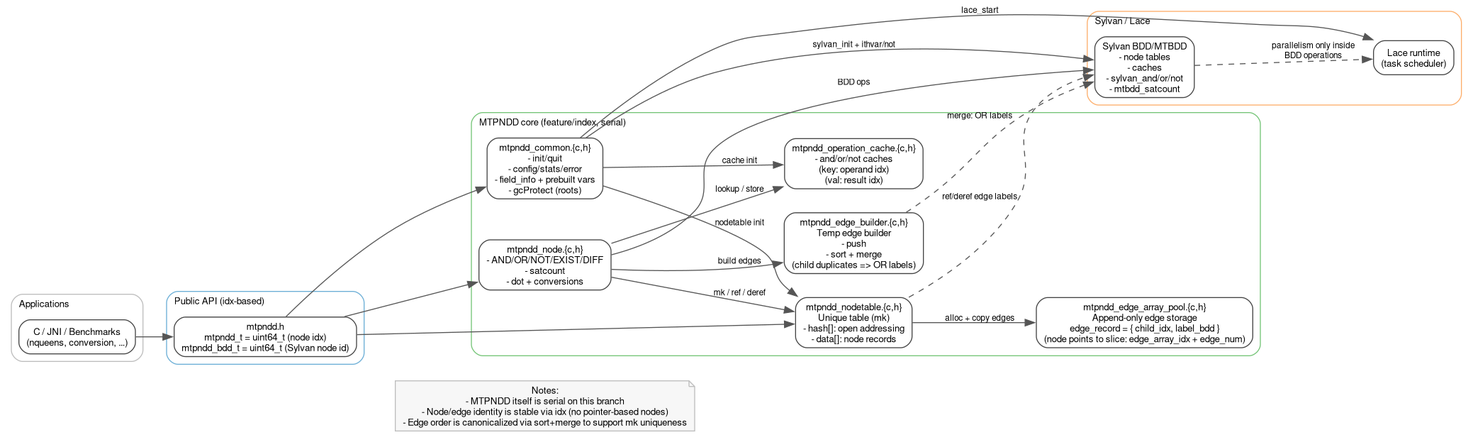
This is docs/mtpndd_architecture.png from Augists/MTPNDD, a Graphviz export, as it was before one commit. Its source is kept beside it as docs/mtpndd_architecture.dot.
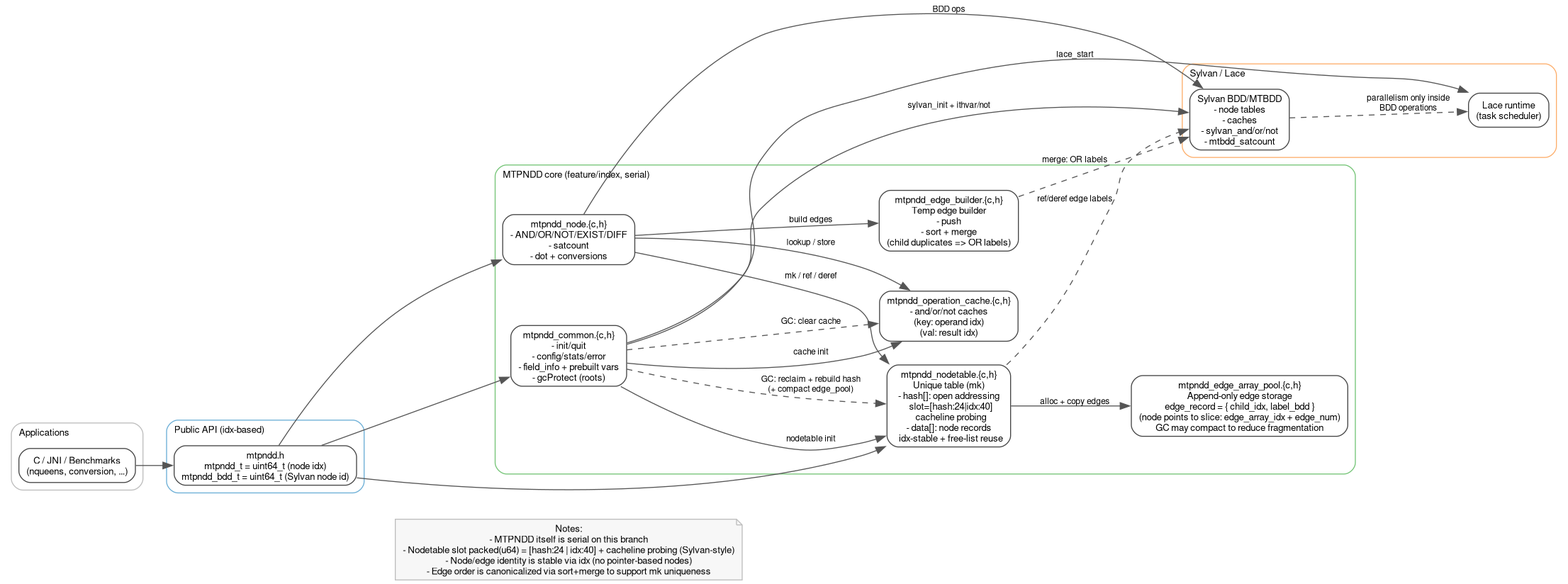
The same file after the commit.

The edit, as a diff of the source:
```diff
@@ -30,10 +30,10 @@
 
     common [label="mtpndd_common.{c,h}\n- init/quit\n- config/stats/error\n- field_info + prebuilt vars\n- gcProtect (roots)"];
     nodeops [label="mtpndd_node.{c,h}\n- AND/OR/NOT/EXIST/DIFF\n- satcount\n- dot + conversions"];
-    nodetable [label="mtpndd_nodetable.{c,h}\nUnique table (mk)\n- hash[]: open addressing\n- data[]: node records"];
+    nodetable [label="mtpndd_nodetable.{c,h}\nUnique table (mk)\n- hash[]: open addressing\n  slot=[hash:24|idx:40]\n  cacheline probing\n- data[]: node records\n  idx-stable + free-list reuse"];
     opcache [label="mtpndd_operation_cache.{c,h}\n- and/or/not caches\n(key: operand idx)\n(val: result idx)"];
     builder [label="mtpndd_edge_builder.{c,h}\nTemp edge builder\n- push\n- sort + merge\n(child duplicates => OR labels)"];
-    edgepool [label="mtpndd_edge_array_pool.{c,h}\nAppend-only edge storage\nedge_record = { child_idx, label_bdd }\n(node points to slice: edge_array_idx + edge_num)"];
+    edgepool [label="mtpndd_edge_array_pool.{c,h}\nAppend-only edge storage\nedge_record = { child_idx, label_bdd }\n(node points to slice: edge_array_idx + edge_num)\nGC may compact to reduce fragmentation"];
   }
 
   subgraph cluster_sylvan {
@@ -54,6 +54,8 @@
   common -> sylvan [label="sylvan_init + ithvar/not"];
   common -> nodetable [label="nodetable init"];
   common -> opcache [label="cache init"];
+  common -> opcache [style="dashed", label="GC: clear cache"];
+  common -> nodetable [style="dashed", label="GC: reclaim + rebuild hash\n(+ compact edge_pool)"];
 
   nodeops -> opcache   [label="lookup / store"];
   nodeops -> builder   [label="build edges"];
@@ -67,6 +69,6 @@
   sylvan -> lace [style="dashed", label="parallelism only inside\nBDD operations"];
 
   legend [shape=note, style="filled", fillcolor="#f7f7f7", color="#bdbdbd",
-          label="Notes:\n- MTPNDD itself is serial on this branch\n- Node/edge identity is stable via idx (no pointer-based nodes)\n- Edge order is canonicalized via sort+merge to support mk uniqueness"];
+          label="Notes:\n- MTPNDD itself is serial on this branch\n- Nodetable slot packed(u64) = [hash:24 | idx:40] + cacheline probing (Sylvan-style)\n- Node/edge identity is stable via idx (no pointer-based nodes)\n- Edge order is canonicalized via sort+merge to support mk uniqueness"];
   api -> legend [style="invis"];
 }
```
